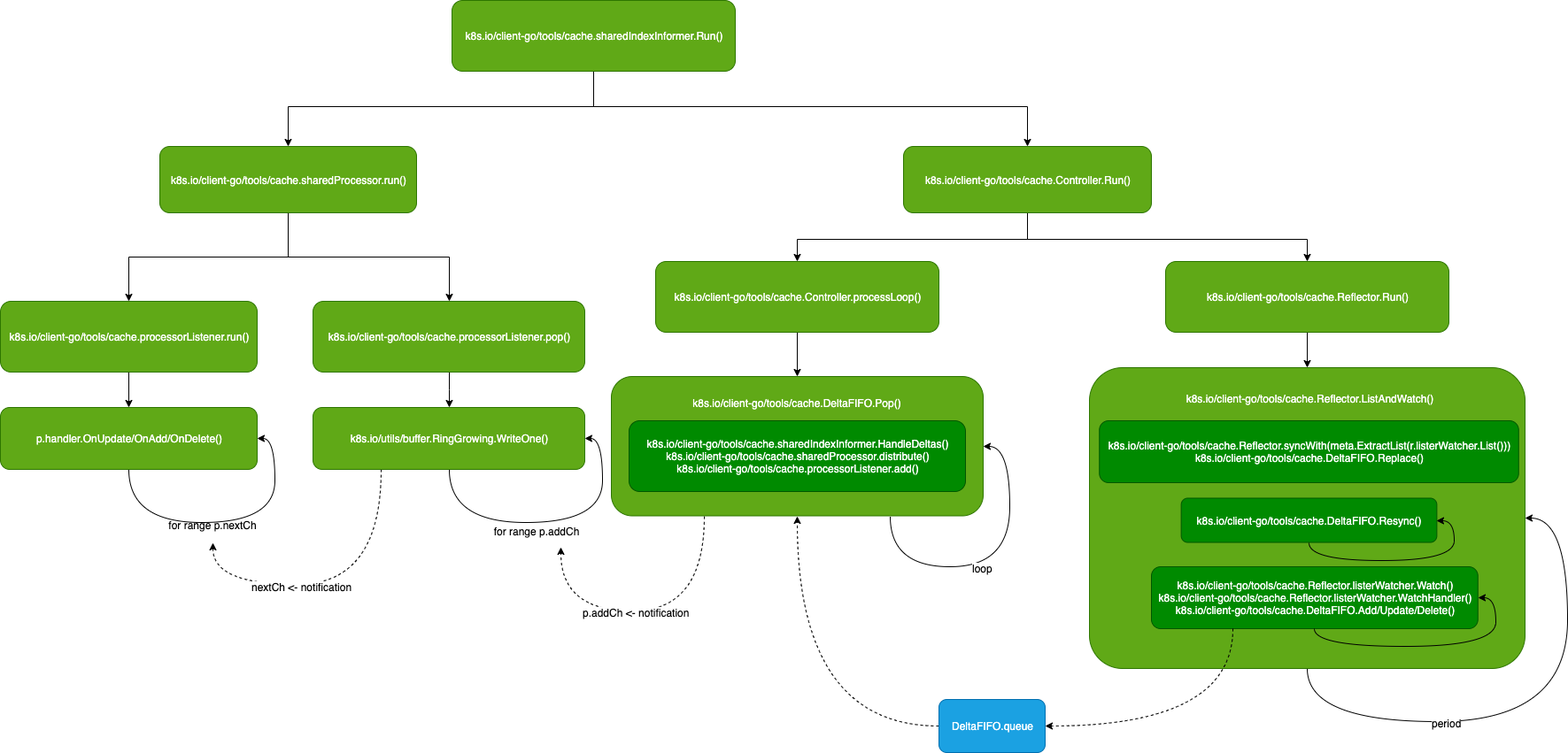
Before: assets/img/kubernetes-informer-run.png, a diagram exported from draw.io (yangxikun/yangxikun.github.com). Source tidied: cells renumbered, new cells last; positions are measured from the earlier drawing's top-left corner, leaving out a move shared by most shapes.
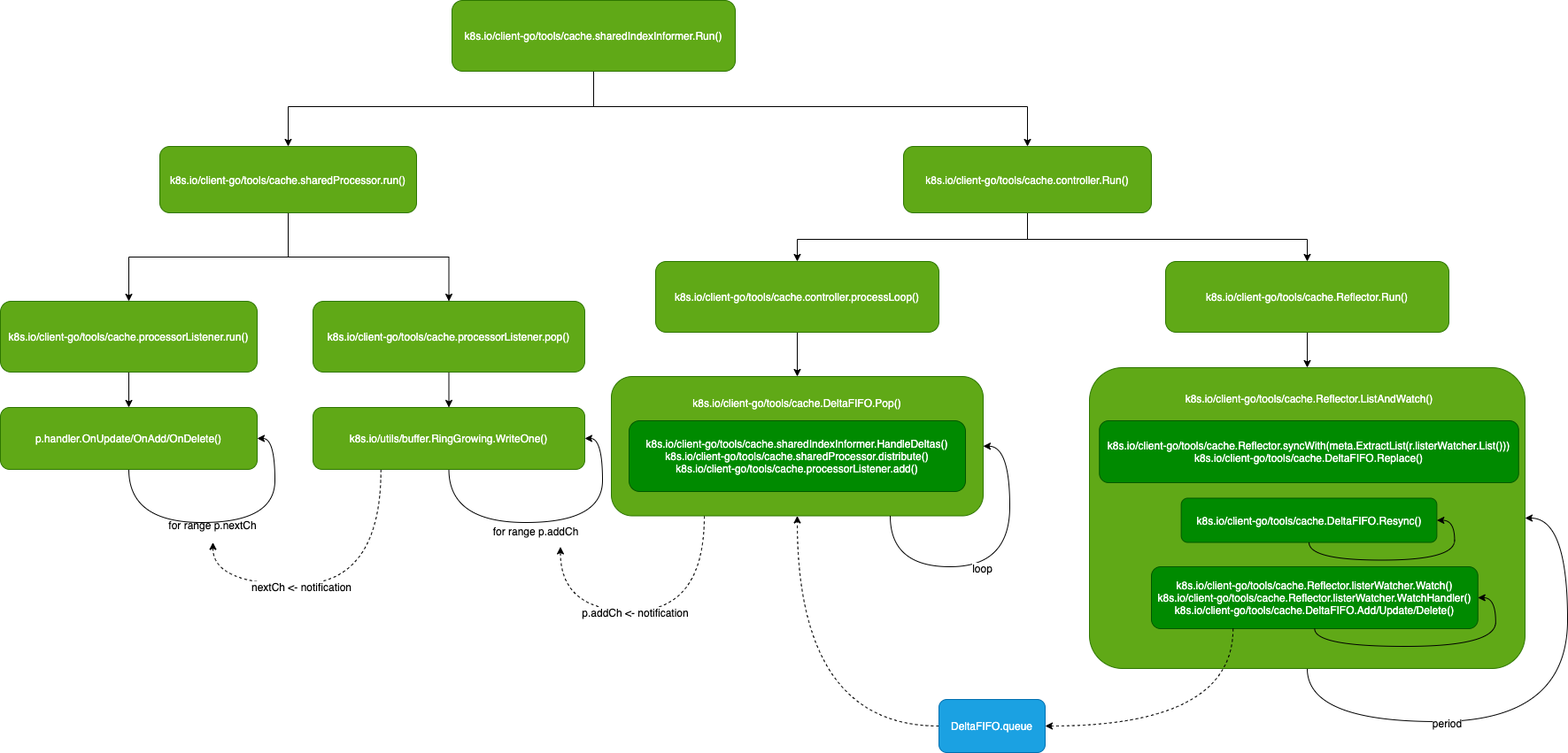
Later version of the same file.

Change to the diagram source:
```diff
@@ -37,13 +37,13 @@
         </Array>
       </mxGeometry>
     </mxCell>
-    <mxCell id="7" value="&lt;span style=&quot;color: rgb(255 , 255 , 255) ; white-space: normal&quot;&gt;k8s.io/client-go/tools/cache.Controller.Run()&lt;/span&gt;" style="rounded=1;whiteSpace=wrap;html=1;fillColor=#60a917;strokeColor=#2D7600;fontColor=#ffffff;" parent="1" vertex="1">
+    <mxCell id="7" value="&lt;span style=&quot;color: rgb(255 , 255 , 255) ; white-space: normal&quot;&gt;k8s.io/client-go/tools/cache.controller.Run()&lt;/span&gt;" style="rounded=1;whiteSpace=wrap;html=1;fillColor=#60a917;strokeColor=#2D7600;fontColor=#ffffff;" parent="1" vertex="1">
       <mxGeometry x="1020" y="165" width="280" height="75" as="geometry" />
     </mxCell>
     <mxCell id="8" style="edgeStyle=orthogonalEdgeStyle;curved=1;rounded=0;jettySize=auto;html=1;entryX=0.5;entryY=0;entryDx=0;entryDy=0;" parent="1" edge="1" source="9" target="21">
       <mxGeometry relative="1" as="geometry" />
     </mxCell>
-    <mxCell id="9" value="&lt;span style=&quot;color: rgb(255 , 255 , 255) ; white-space: normal&quot;&gt;k8s.io/client-go/tools/cache.Controller.processLoop()&lt;/span&gt;" style="rounded=1;whiteSpace=wrap;html=1;fillColor=#60a917;strokeColor=#2D7600;fontColor=#ffffff;" parent="1" vertex="1">
+    <mxCell id="9" value="&lt;span style=&quot;color: rgb(255 , 255 , 255) ; white-space: normal&quot;&gt;k8s.io/client-go/tools/cache.controller.processLoop()&lt;/span&gt;" style="rounded=1;whiteSpace=wrap;html=1;fillColor=#60a917;strokeColor=#2D7600;fontColor=#ffffff;" parent="1" vertex="1">
       <mxGeometry x="740" y="295" width="320" height="80" as="geometry" />
     </mxCell>
     <mxCell id="10" style="edgeStyle=orthogonalEdgeStyle;rounded=0;jettySize=auto;html=1;entryX=0.5;entryY=0;entryDx=0;entryDy=0;" parent="1" edge="1" source="11" target="12">
```
